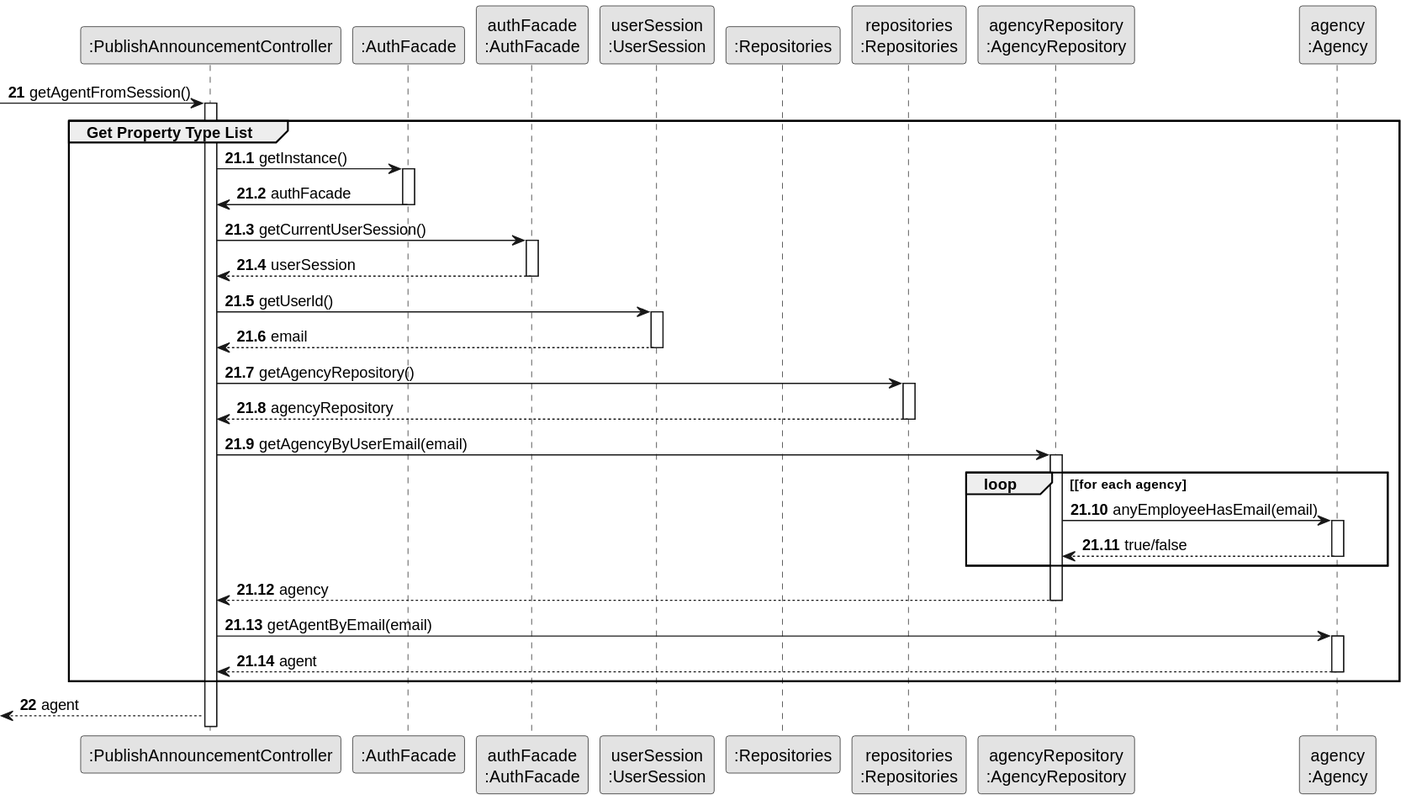
Before: docs/sprintB/us002/03.design/svg/us002-sequence-diagram-partial-get-agent.svg, a diagram exported from PlantUML (rita-barbosa/LAPR2-2223). Source of this version:
```plantuml
@startuml
skinparam monochrome true
skinparam packageStyle rectangle
skinparam shadowing false


participant ":PublishAnnouncementController" as CTRL
participant ":AuthFacade" as _APP
participant "authFacade\n:AuthFacade" as APP
participant "userSession\n:UserSession" as SESSION
participant ":Repositories" as RepositorySingleton
participant "repositories\n:Repositories" as PLAT
participant "agencyRepository\n:AgencyRepository" as AgencyRepository
participant "agency\n:Agency" as AGENCY


autonumber 21

             -> CTRL : getAgentFromSession()
             activate CTRL

autonumber 21.1

    group Get Property Type List

             CTRL -> _APP: getInstance()
             activate _APP
             _APP -> CTRL: authFacade
             deactivate _APP


             CTRL -> APP: getCurrentUserSession()
             activate APP

                 APP --> CTRL: userSession
             deactivate APP

             CTRL -> SESSION: getUserId()
             activate SESSION

                 SESSION --> CTRL: email
             deactivate SESSION


             CTRL -> PLAT: getAgencyRepository()
             activate PLAT

                 PLAT --> CTRL: agencyRepository
             deactivate PLAT


             CTRL -> AgencyRepository: getAgencyByUserEmail(email)
             activate AgencyRepository

                 loop [for each agency
                     AgencyRepository -> AGENCY : anyEmployeeHasEmail(email)
                     activate AGENCY

                          AGENCY --> AgencyRepository : true/false
                     deactivate AGENCY
                 end
                 AgencyRepository --> CTRL : agency
             deactivate AgencyRepository

             CTRL -> AGENCY: getAgentByEmail(email)
             activate AGENCY

                 AGENCY --> CTRL : agent
             deactivate AGENCY




    end

autonumber 22

    <-- CTRL : agent
@enduml
```
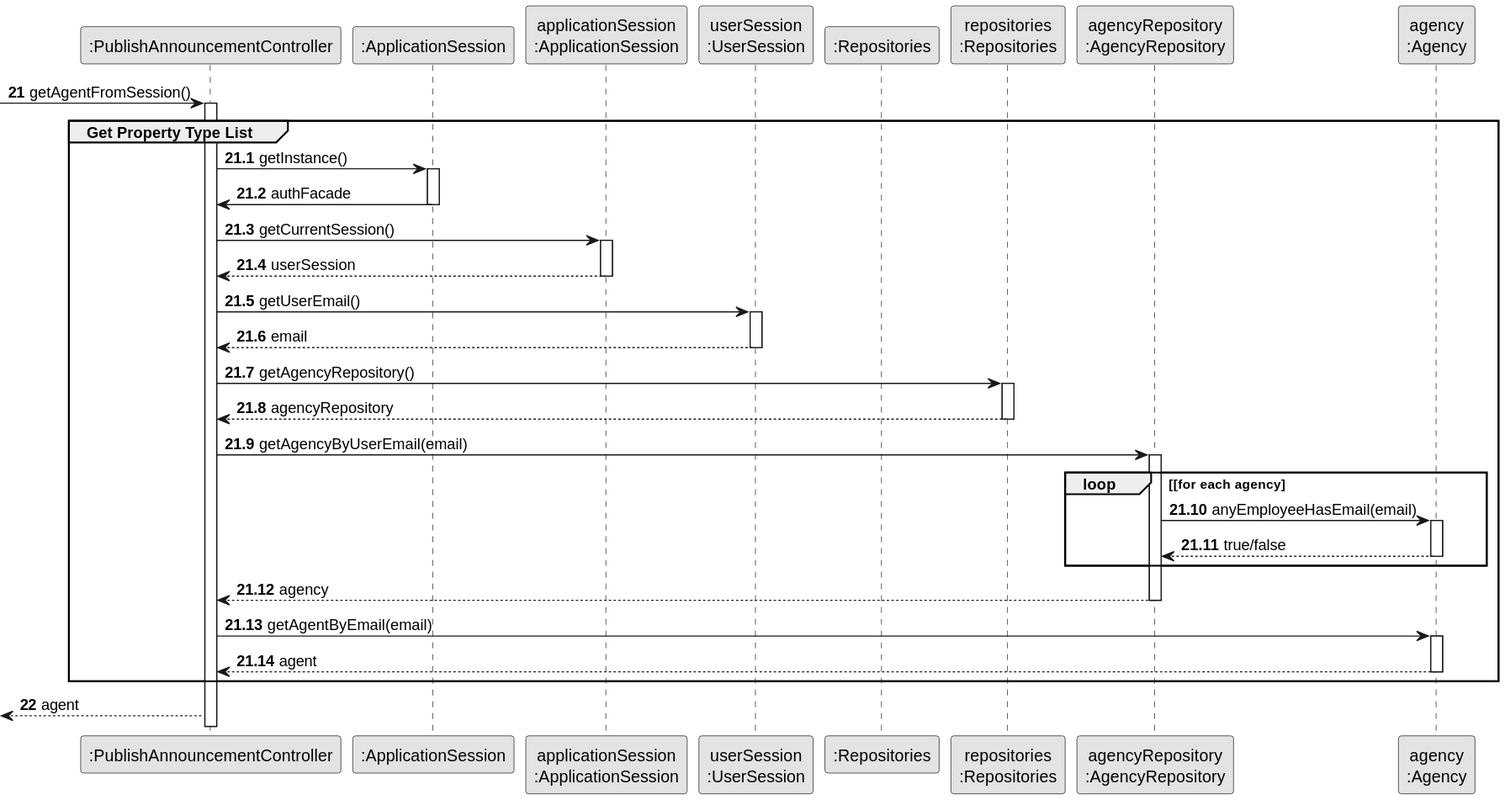
The same file after the commit.

Commit message:
Update of sequence diagrams [US002][Design]

What changed in the source:
```diff
@@ -5,8 +5,8 @@
 
 
 participant ":PublishAnnouncementController" as CTRL
-participant ":AuthFacade" as _APP
-participant "authFacade\n:AuthFacade" as APP
+participant ":ApplicationSession" as _APP
+participant "applicationSession\n:ApplicationSession" as APP
 participant "userSession\n:UserSession" as SESSION
 participant ":Repositories" as RepositorySingleton
 participant "repositories\n:Repositories" as PLAT
@@ -29,13 +29,13 @@
              deactivate _APP
 
 
-             CTRL -> APP: getCurrentUserSession()
+             CTRL -> APP: getCurrentSession()
              activate APP
 
                  APP --> CTRL: userSession
              deactivate APP
 
-             CTRL -> SESSION: getUserId()
+             CTRL -> SESSION: getUserEmail()
              activate SESSION
 
                  SESSION --> CTRL: email
```
